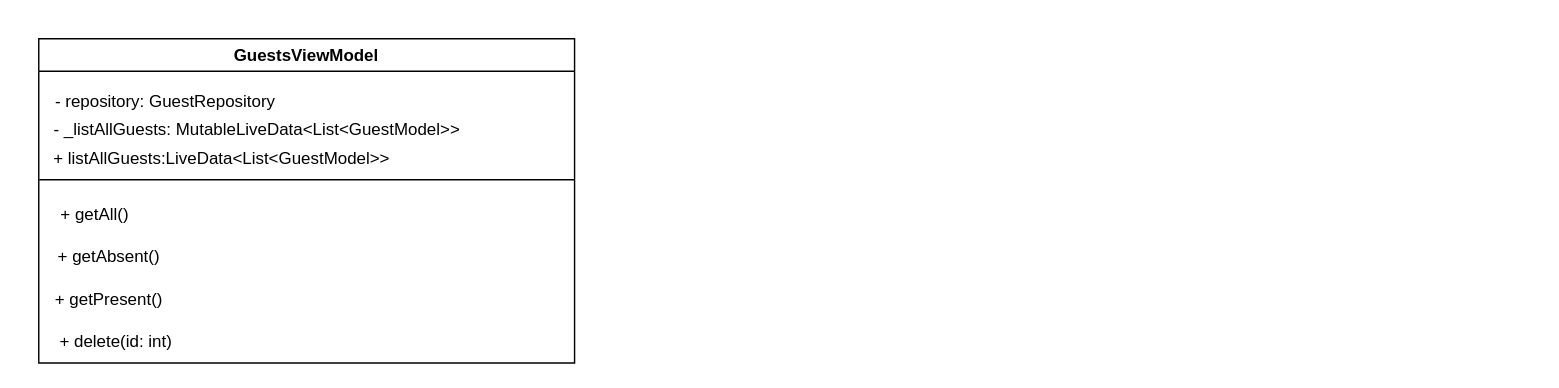
Before: Diagrama sem nome.drawio in Carlosstorari/apiFinancas, a draw.io diagram. Source tidied: cells renumbered, new cells numbered last; positions are measured from the earlier drawing's top-left corner, leaving out a move shared by most shapes. Both pictures are drawn from the tidied source at 141%, with x=0, y=0 at pixel (24, 38).
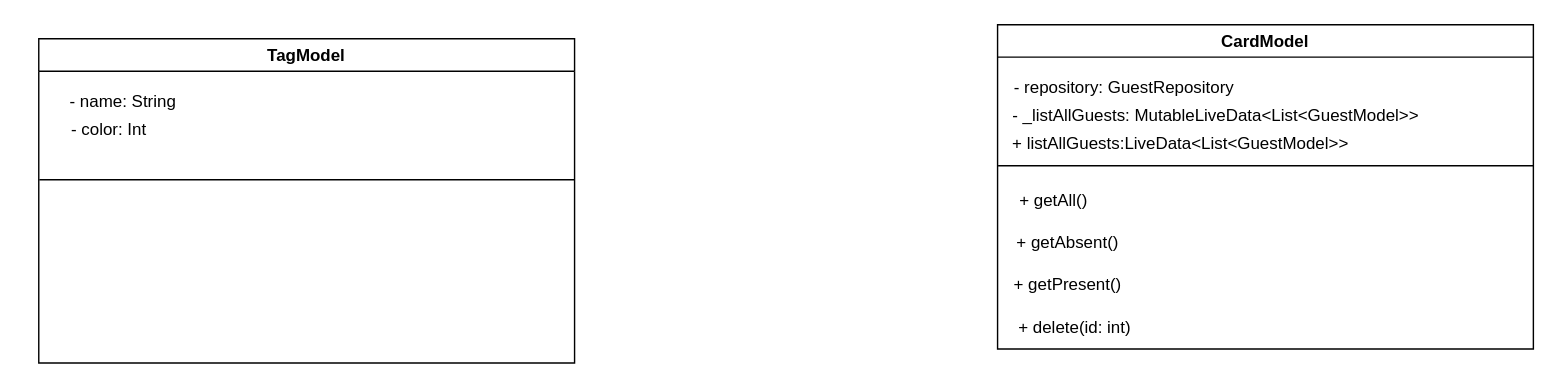
Above is the later version.

Change to the diagram source:
```diff
@@
 <mxGraphModel>
   <root>
     <mxCell id="0" />
     <mxCell id="1" parent="0" />
-    <mxCell id="2" value="GuestsViewModel" style="swimlane;whiteSpace=wrap;html=1;" parent="1" vertex="1">
+    <mxCell id="2" value="TagModel" style="swimlane;whiteSpace=wrap;html=1;" parent="1" vertex="1">
       <mxGeometry x="10" width="380" height="230" as="geometry" />
     </mxCell>
-    <mxCell id="3" value="- repository: GuestRepository" style="text;html=1;strokeColor=none;fillColor=none;align=center;verticalAlign=middle;whiteSpace=wrap;rounded=0;" parent="2" vertex="1">
-      <mxGeometry y="30" width="180" height="30" as="geometry" />
+    <mxCell id="3" value="- name: String" style="text;html=1;strokeColor=none;fillColor=none;align=center;verticalAlign=middle;whiteSpace=wrap;rounded=0;" parent="2" vertex="1">
+      <mxGeometry y="30" width="120" height="30" as="geometry" />
     </mxCell>
-    <mxCell id="4" value="- _listAllGuests: MutableLiveData&amp;lt;List&amp;lt;GuestModel&amp;gt;&amp;gt;" style="text;html=1;strokeColor=none;fillColor=none;align=center;verticalAlign=middle;whiteSpace=wrap;rounded=0;" parent="2" vertex="1">
-      <mxGeometry y="50" width="310" height="30" as="geometry" />
+    <mxCell id="4" value="- color: Int" style="text;html=1;strokeColor=none;fillColor=none;align=center;verticalAlign=middle;whiteSpace=wrap;rounded=0;" parent="2" vertex="1">
+      <mxGeometry y="50" width="100" height="30" as="geometry" />
     </mxCell>
+    <mxCell id="10" style="endArrow=none;html=1;rounded=0;exitX=0.037;exitY=1;exitDx=0;exitDy=0;exitPerimeter=0;" parent="1" edge="1">
+      <mxGeometry relative="1" as="geometry">
+        <mxPoint x="10.4" y="100" as="sourcePoint" />
+        <mxPoint x="390" y="100" as="targetPoint" />
+      </mxGeometry>
+    </mxCell>
+    <mxCell id="11" value="CardModel" style="swimlane;whiteSpace=wrap;html=1;" parent="1" vertex="1">
+      <mxGeometry x="690" y="-10" width="380" height="230" as="geometry" />
+    </mxCell>
+    <mxCell id="12" value="- repository: GuestRepository" style="text;html=1;strokeColor=none;fillColor=none;align=center;verticalAlign=middle;whiteSpace=wrap;rounded=0;" parent="11" vertex="1">
+      <mxGeometry y="30" width="180" height="30" as="geometry" />
+    </mxCell>
+    <mxCell id="13" value="- _listAllGuests: MutableLiveData&amp;lt;List&amp;lt;GuestModel&amp;gt;&amp;gt;" style="text;html=1;strokeColor=none;fillColor=none;align=center;verticalAlign=middle;whiteSpace=wrap;rounded=0;" parent="11" vertex="1">
+      <mxGeometry y="50" width="310" height="30" as="geometry" />
+    </mxCell>
-    <mxCell id="5" value="+ listAllGuests:LiveData&amp;lt;List&amp;lt;GuestModel&amp;gt;&amp;gt;" style="text;html=1;strokeColor=none;fillColor=none;align=center;verticalAlign=middle;whiteSpace=wrap;rounded=0;" parent="2" vertex="1">
+    <mxCell id="5" value="+ listAllGuests:LiveData&amp;lt;List&amp;lt;GuestModel&amp;gt;&amp;gt;" style="text;html=1;strokeColor=none;fillColor=none;align=center;verticalAlign=middle;whiteSpace=wrap;rounded=0;" parent="11" vertex="1">
       <mxGeometry x="-10" y="70" width="280" height="30" as="geometry" />
     </mxCell>
-    <mxCell id="6" value="+ getAll()" style="text;html=1;strokeColor=none;fillColor=none;align=center;verticalAlign=middle;whiteSpace=wrap;rounded=0;" parent="2" vertex="1">
+    <mxCell id="6" value="+ getAll()" style="text;html=1;strokeColor=none;fillColor=none;align=center;verticalAlign=middle;whiteSpace=wrap;rounded=0;" parent="11" vertex="1">
       <mxGeometry x="10" y="110" width="60" height="30" as="geometry" />
     </mxCell>
-    <mxCell id="7" value="+ getAbsent()" style="text;html=1;strokeColor=none;fillColor=none;align=center;verticalAlign=middle;whiteSpace=wrap;rounded=0;" parent="2" vertex="1">
+    <mxCell id="7" value="+ getAbsent()" style="text;html=1;strokeColor=none;fillColor=none;align=center;verticalAlign=middle;whiteSpace=wrap;rounded=0;" parent="11" vertex="1">
       <mxGeometry x="10" y="140" width="80" height="30" as="geometry" />
     </mxCell>
-    <mxCell id="8" value="+ getPresent()" style="text;html=1;strokeColor=none;fillColor=none;align=center;verticalAlign=middle;whiteSpace=wrap;rounded=0;" parent="2" vertex="1">
+    <mxCell id="8" value="+ getPresent()" style="text;html=1;strokeColor=none;fillColor=none;align=center;verticalAlign=middle;whiteSpace=wrap;rounded=0;" parent="11" vertex="1">
       <mxGeometry x="10" y="170" width="80" height="30" as="geometry" />
     </mxCell>
-    <mxCell id="9" value="+ delete(id: int)" style="text;html=1;strokeColor=none;fillColor=none;align=center;verticalAlign=middle;whiteSpace=wrap;rounded=0;" parent="2" vertex="1">
+    <mxCell id="9" value="+ delete(id: int)" style="text;html=1;strokeColor=none;fillColor=none;align=center;verticalAlign=middle;whiteSpace=wrap;rounded=0;" parent="11" vertex="1">
       <mxGeometry x="10" y="200" width="90" height="30" as="geometry" />
     </mxCell>
-    <mxCell id="10" style="endArrow=none;html=1;rounded=0;exitX=0.037;exitY=1;exitDx=0;exitDy=0;exitPerimeter=0;" parent="1" edge="1" source="5">
-      <mxGeometry relative="1" as="geometry">
-        <mxPoint x="390" y="100" as="targetPoint" />
-      </mxGeometry>
-    </mxCell>
+    <mxCell id="14" style="endArrow=none;html=1;rounded=0;exitX=0.037;exitY=1;exitDx=0;exitDy=0;exitPerimeter=0;" parent="1" edge="1" source="5">
+      <mxGeometry relative="1" as="geometry">
+        <mxPoint x="1070" y="90" as="targetPoint" />
+      </mxGeometry>
+    </mxCell>
   </root>
 </mxGraphModel>
```
